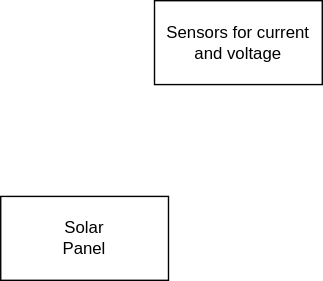
The draw.io diagram EPS DIAGRAMA.drawio.svg in TobiasDecoud/Electrical-Power-Subsystem, before a commit. Source tidied: cells renumbered, new cells last; positions are measured from the earlier drawing's top-left corner, leaving out a move shared by most shapes.
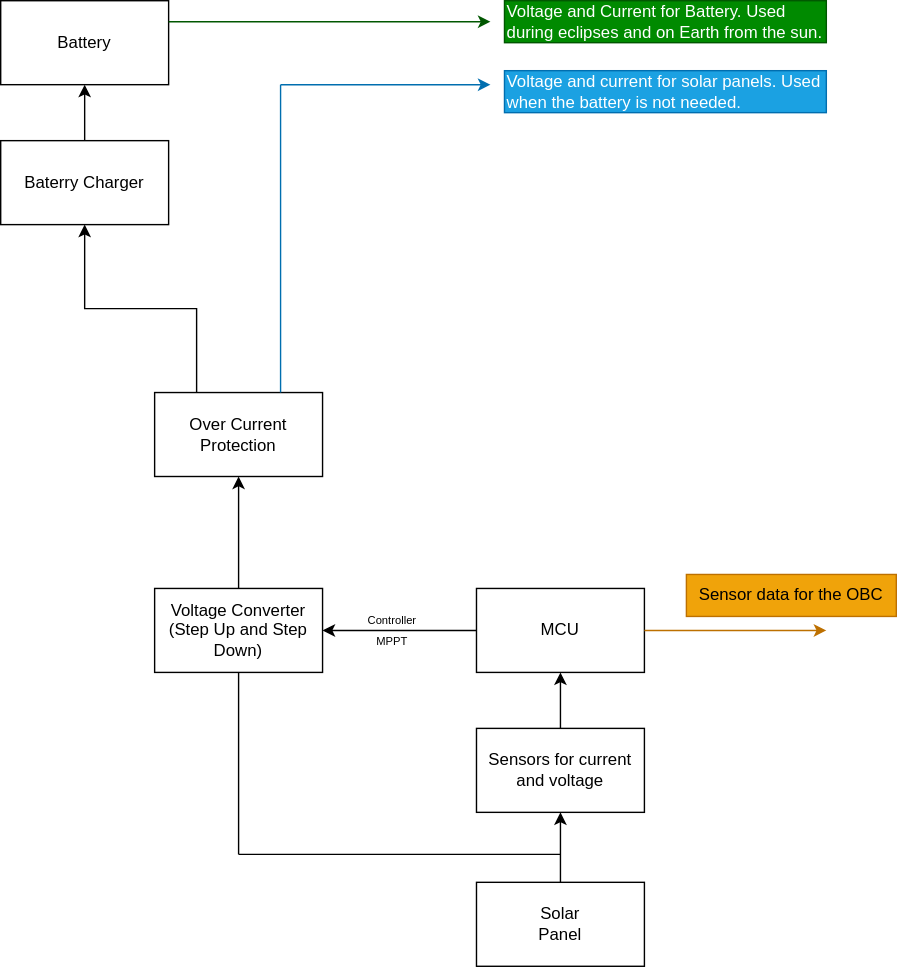
After the change.

Change to the diagram source:
```diff
@@ -9,7 +9,90 @@
       <mxGeometry x="30" y="155" width="60" height="30" as="geometry" />
     </mxCell>
     <mxCell id="4" value="Sensors for current and voltage" style="rounded=0;whiteSpace=wrap;html=1;fillColor=none;" parent="1" vertex="1">
-      <mxGeometry x="110" width="120" height="60" as="geometry" />
+      <mxGeometry y="30" width="120" height="60" as="geometry" />
     </mxCell>
+    <mxCell id="5" value="MCU" style="rounded=0;whiteSpace=wrap;html=1;fillColor=none;" parent="1" vertex="1">
+      <mxGeometry y="-70" width="120" height="60" as="geometry" />
+    </mxCell>
+    <mxCell id="6" value="Baterry Charger" style="rounded=0;whiteSpace=wrap;html=1;fillColor=none;" parent="1" vertex="1">
+      <mxGeometry x="-340" y="-390" width="120" height="60" as="geometry" />
+    </mxCell>
+    <mxCell id="7" value="Battery" style="rounded=0;whiteSpace=wrap;html=1;fillColor=none;" parent="1" vertex="1">
+      <mxGeometry x="-340" y="-490" width="120" height="60" as="geometry" />
+    </mxCell>
+    <mxCell id="8" value="Voltage Converter (Step Up and Step Down)" style="rounded=0;whiteSpace=wrap;html=1;fillColor=none;" parent="1" vertex="1">
+      <mxGeometry x="-230" y="-70" width="120" height="60" as="geometry" />
+    </mxCell>
+    <mxCell id="9" value="Over Current Protection" style="rounded=0;whiteSpace=wrap;html=1;fillColor=none;" parent="1" vertex="1">
+      <mxGeometry x="-230" y="-210" width="120" height="60" as="geometry" />
+    </mxCell>
+    <mxCell id="10" style="endArrow=classic;html=1;rounded=0;exitX=0.5;exitY=0;exitDx=0;exitDy=0;entryX=0.5;entryY=1;entryDx=0;entryDy=0;" parent="1" edge="1" source="2" target="4">
+      <mxGeometry relative="1" as="geometry" />
+    </mxCell>
+    <mxCell id="11" style="endArrow=classic;html=1;rounded=0;exitX=0.5;exitY=0;exitDx=0;exitDy=0;entryX=0.5;entryY=1;entryDx=0;entryDy=0;" parent="1" edge="1" source="4" target="5">
+      <mxGeometry relative="1" as="geometry" />
+    </mxCell>
+    <mxCell id="12" style="endArrow=none;html=1;rounded=0;" parent="1" edge="1">
+      <mxGeometry relative="1" as="geometry">
+        <mxPoint x="60" y="120" as="sourcePoint" />
+        <mxPoint x="-170" y="120" as="targetPoint" />
+      </mxGeometry>
+    </mxCell>
+    <mxCell id="13" style="endArrow=none;html=1;rounded=0;entryX=0.5;entryY=1;entryDx=0;entryDy=0;" parent="1" edge="1" target="8">
+      <mxGeometry relative="1" as="geometry">
+        <mxPoint x="-170" y="120" as="sourcePoint" />
+      </mxGeometry>
+    </mxCell>
+    <mxCell id="14" style="endArrow=classic;html=1;rounded=0;entryX=1;entryY=0.5;entryDx=0;entryDy=0;exitX=0;exitY=0.5;exitDx=0;exitDy=0;" parent="1" edge="1" source="5" target="8">
+      <mxGeometry relative="1" as="geometry" />
+    </mxCell>
+    <mxCell id="15" value="&lt;font style=&quot;font-size: 8px;&quot;&gt;Controller MPPT&lt;/font&gt;" style="text;html=1;whiteSpace=wrap;strokeColor=none;fillColor=none;align=center;verticalAlign=middle;rounded=0;" parent="1" vertex="1">
+      <mxGeometry x="-90" y="-56" width="60" height="30" as="geometry" />
+    </mxCell>
+    <mxCell id="16" style="endArrow=classic;html=1;rounded=0;exitX=0.5;exitY=0;exitDx=0;exitDy=0;entryX=0.5;entryY=1;entryDx=0;entryDy=0;" parent="1" edge="1" source="8" target="9">
+      <mxGeometry relative="1" as="geometry" />
+    </mxCell>
+    <mxCell id="17" style="endArrow=classic;html=1;rounded=0;exitX=0.25;exitY=0;exitDx=0;exitDy=0;entryX=0.5;entryY=1;entryDx=0;entryDy=0;" parent="1" edge="1" source="9" target="6">
+      <mxGeometry relative="1" as="geometry">
+        <Array as="points">
+          <mxPoint x="-200" y="-270" />
+          <mxPoint x="-280" y="-270" />
+        </Array>
+      </mxGeometry>
+    </mxCell>
+    <mxCell id="18" style="endArrow=classic;html=1;rounded=0;exitX=0.5;exitY=0;exitDx=0;exitDy=0;entryX=0.5;entryY=1;entryDx=0;entryDy=0;" parent="1" edge="1" source="6" target="7">
+      <mxGeometry relative="1" as="geometry" />
+    </mxCell>
+    <mxCell id="19" style="endArrow=classic;html=1;rounded=0;exitX=1;exitY=0.25;exitDx=0;exitDy=0;fillColor=#008a00;strokeColor=#005700;" parent="1" edge="1" source="7">
+      <mxGeometry relative="1" as="geometry">
+        <mxPoint x="10" y="-475" as="targetPoint" />
+      </mxGeometry>
+    </mxCell>
+    <mxCell id="20" style="endArrow=none;html=1;rounded=0;exitX=0.75;exitY=0;exitDx=0;exitDy=0;fillColor=#1ba1e2;strokeColor=#006EAF;" parent="1" edge="1" source="9">
+      <mxGeometry relative="1" as="geometry">
+        <mxPoint x="-140" y="-430" as="targetPoint" />
+      </mxGeometry>
+    </mxCell>
+    <mxCell id="21" style="endArrow=classic;html=1;rounded=0;fillColor=#1ba1e2;strokeColor=#006EAF;" parent="1" edge="1">
+      <mxGeometry relative="1" as="geometry">
+        <mxPoint x="-140" y="-430" as="sourcePoint" />
+        <mxPoint x="10" y="-430" as="targetPoint" />
+      </mxGeometry>
+    </mxCell>
+    <mxCell id="22" value="Voltage and Current for Battery. Used during eclipses and on Earth from the sun." style="text;html=1;whiteSpace=wrap;strokeColor=#005700;fillColor=#008a00;align=left;verticalAlign=middle;rounded=0;fontColor=#ffffff;" parent="1" vertex="1">
+      <mxGeometry x="20" y="-490" width="230" height="30" as="geometry" />
+    </mxCell>
+    <mxCell id="23" value="Voltage and current for solar panels. Used when the battery is not needed." style="text;html=1;whiteSpace=wrap;strokeColor=#006EAF;fillColor=#1ba1e2;align=left;verticalAlign=middle;rounded=0;fontColor=#ffffff;" parent="1" vertex="1">
+      <mxGeometry x="20" y="-440" width="230" height="30" as="geometry" />
+    </mxCell>
+    <mxCell id="24" style="endArrow=classic;html=1;rounded=0;fillColor=#f0a30a;strokeColor=#BD7000;" parent="1" edge="1">
+      <mxGeometry relative="1" as="geometry">
+        <mxPoint x="120" y="-40" as="sourcePoint" />
+        <mxPoint x="250" y="-40" as="targetPoint" />
+      </mxGeometry>
+    </mxCell>
+    <mxCell id="25" value="Sensor data for the OBC" style="text;html=1;whiteSpace=wrap;strokeColor=#BD7000;fillColor=#f0a30a;align=center;verticalAlign=middle;rounded=0;fontColor=#000000;" parent="1" vertex="1">
+      <mxGeometry x="150" y="-80" width="150" height="30" as="geometry" />
+    </mxCell>
   </root>
 </mxGraphModel>
```
